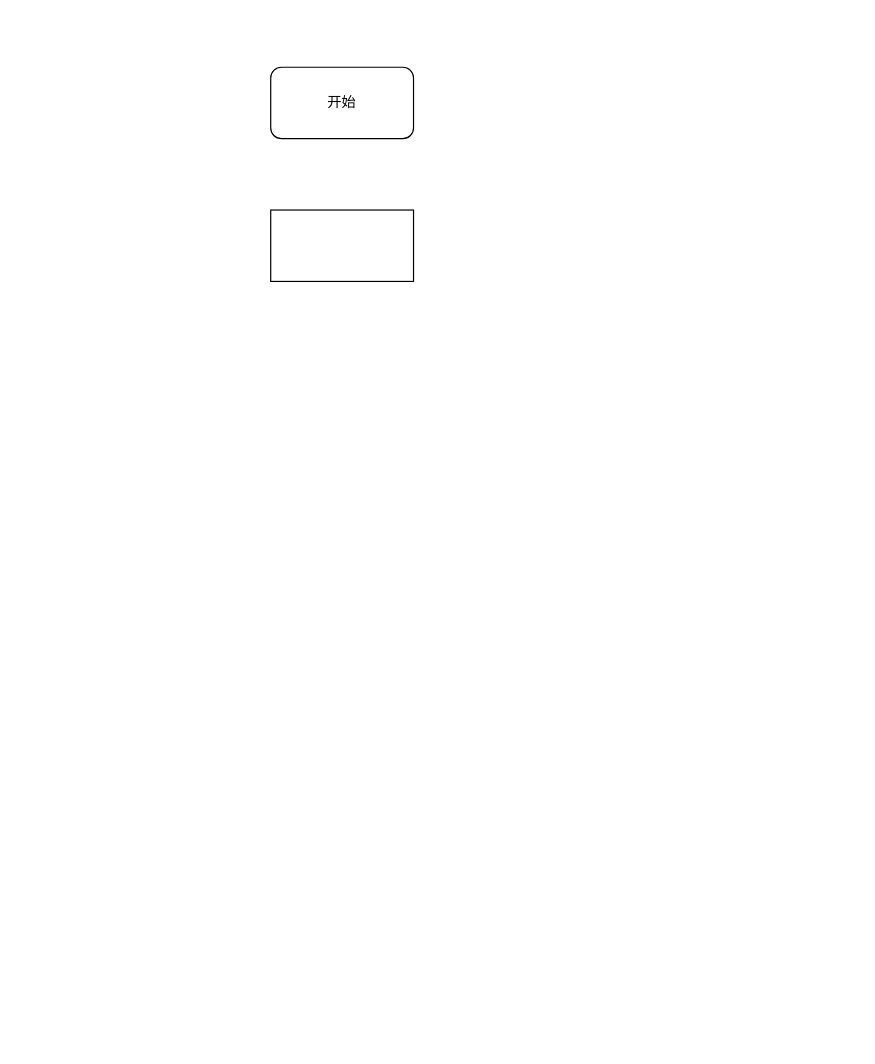
Earlier version of the draw.io diagram page "获取控制权" (1 of 3) of docs/03.成长/流程图.drawio (vicodea/known-doc). Source tidied: cells renumbered, new cells numbered last; positions are measured from the earlier drawing's top-left corner, leaving out a move shared by most shapes. Both pictures are drawn from the tidied source at 119%, with x=0, y=0 at pixel (270, 67).
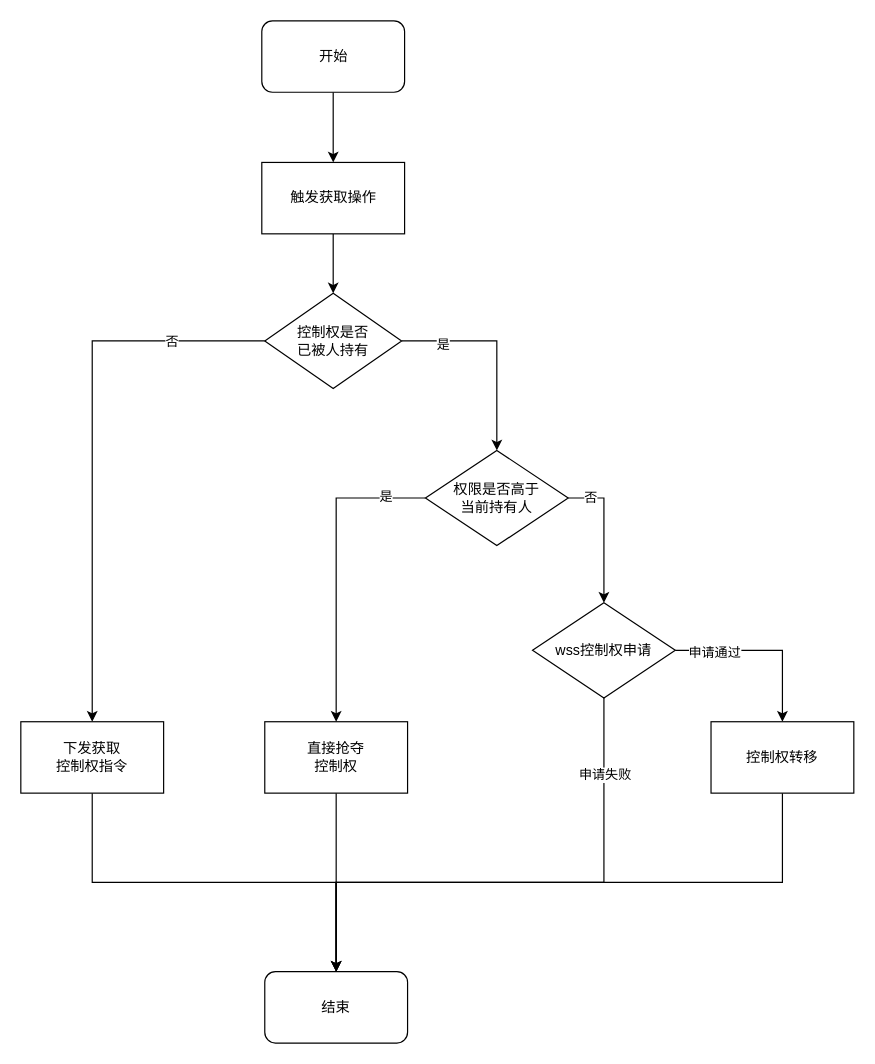
Above is the later version.

Commit message (it also covers changes not shown here):
更新流程图.drawio

What changed in the source:
```diff
@@
+    <mxCell id="4" style="edgeStyle=orthogonalEdgeStyle;rounded=0;jettySize=auto;html=1;exitX=0.5;exitY=1;exitDx=0;exitDy=0;entryX=0.5;entryY=0;entryDx=0;entryDy=0;" parent="1" edge="1" source="2" target="10">
+      <mxGeometry relative="1" as="geometry" />
+    </mxCell>
-    <mxCell id="2" style="rounded=0;whiteSpace=wrap;html=1;" parent="1" vertex="1">
-      <mxGeometry y="120" width="120" height="60" as="geometry" />
+    <mxCell id="2" value="触发获取操作" style="rounded=0;whiteSpace=wrap;html=1;" parent="1" vertex="1">
+      <mxGeometry x="-7.5" y="80" width="120" height="60" as="geometry" />
     </mxCell>
+    <mxCell id="5" style="edgeStyle=orthogonalEdgeStyle;rounded=0;jettySize=auto;html=1;exitX=0.5;exitY=1;exitDx=0;exitDy=0;entryX=0.5;entryY=0;entryDx=0;entryDy=0;" parent="1" edge="1" source="3" target="2">
+      <mxGeometry relative="1" as="geometry" />
+    </mxCell>
     <mxCell id="3" value="开始" style="rounded=1;whiteSpace=wrap;html=1;" parent="1" vertex="1">
-      <mxGeometry width="120" height="60" as="geometry" />
+      <mxGeometry x="-7.5" y="-39" width="120" height="60" as="geometry" />
     </mxCell>
+    <mxCell id="6" style="edgeStyle=orthogonalEdgeStyle;rounded=0;jettySize=auto;html=1;exitX=1;exitY=0.5;exitDx=0;exitDy=0;entryX=0.5;entryY=0;entryDx=0;entryDy=0;" parent="1" edge="1" source="10" target="17">
+      <mxGeometry relative="1" as="geometry" />
+    </mxCell>
+    <mxCell id="7" value="是" style="edgeLabel;html=1;align=center;verticalAlign=middle;" parent="6" vertex="1">
+      <mxGeometry x="-0.59" y="-2" relative="1" as="geometry">
+        <mxPoint x="-1" as="offset" />
+      </mxGeometry>
+    </mxCell>
+    <mxCell id="8" style="edgeStyle=orthogonalEdgeStyle;rounded=0;jettySize=auto;html=1;exitX=0;exitY=0.5;exitDx=0;exitDy=0;" parent="1" edge="1" source="10" target="27">
+      <mxGeometry relative="1" as="geometry" />
+    </mxCell>
+    <mxCell id="9" value="否" style="edgeLabel;html=1;align=center;verticalAlign=middle;" parent="8" vertex="1">
+      <mxGeometry x="-0.66" relative="1" as="geometry" />
+    </mxCell>
+    <mxCell id="10" value="控制权是否&lt;div&gt;已被人持有&lt;/div&gt;" style="rhombus;whiteSpace=wrap;html=1;" parent="1" vertex="1">
+      <mxGeometry x="-5" y="190" width="115" height="80" as="geometry" />
+    </mxCell>
+    <mxCell id="11" style="edgeStyle=orthogonalEdgeStyle;rounded=0;jettySize=auto;html=1;exitX=0.5;exitY=1;exitDx=0;exitDy=0;entryX=0.5;entryY=0;entryDx=0;entryDy=0;" parent="1" edge="1" source="12" target="25">
+      <mxGeometry relative="1" as="geometry" />
+    </mxCell>
+    <mxCell id="12" value="直接抢夺&lt;div&gt;控制权&lt;/div&gt;" style="rounded=0;whiteSpace=wrap;html=1;" parent="1" vertex="1">
+      <mxGeometry x="-5" y="550" width="120" height="60" as="geometry" />
+    </mxCell>
+    <mxCell id="13" style="edgeStyle=orthogonalEdgeStyle;rounded=0;jettySize=auto;html=1;exitX=0;exitY=0.5;exitDx=0;exitDy=0;entryX=0.5;entryY=0;entryDx=0;entryDy=0;" parent="1" edge="1" source="17" target="12">
+      <mxGeometry relative="1" as="geometry" />
+    </mxCell>
+    <mxCell id="14" value="是" style="edgeLabel;html=1;align=center;verticalAlign=middle;" parent="13" vertex="1">
+      <mxGeometry x="-0.74" y="-2" relative="1" as="geometry" />
+    </mxCell>
+    <mxCell id="15" style="edgeStyle=orthogonalEdgeStyle;rounded=0;jettySize=auto;html=1;exitX=1;exitY=0.5;exitDx=0;exitDy=0;entryX=0.5;entryY=0;entryDx=0;entryDy=0;" parent="1" edge="1" source="17" target="22">
+      <mxGeometry relative="1" as="geometry" />
+    </mxCell>
+    <mxCell id="16" value="否" style="edgeLabel;html=1;align=center;verticalAlign=middle;" parent="15" vertex="1">
+      <mxGeometry x="-0.69" y="1" relative="1" as="geometry" />
+    </mxCell>
+    <mxCell id="17" value="权限是否高于&lt;div&gt;当前持有人&lt;/div&gt;" style="rhombus;whiteSpace=wrap;html=1;" parent="1" vertex="1">
+      <mxGeometry x="130" y="322" width="120" height="80" as="geometry" />
+    </mxCell>
+    <mxCell id="18" style="edgeStyle=orthogonalEdgeStyle;rounded=0;jettySize=auto;html=1;exitX=1;exitY=0.5;exitDx=0;exitDy=0;entryX=0.5;entryY=0;entryDx=0;entryDy=0;" parent="1" edge="1" source="22" target="24">
+      <mxGeometry relative="1" as="geometry" />
+    </mxCell>
+    <mxCell id="19" value="申请通过" style="edgeLabel;html=1;align=center;verticalAlign=middle;" parent="18" vertex="1">
+      <mxGeometry x="-0.57" y="-1" relative="1" as="geometry" />
+    </mxCell>
+    <mxCell id="20" style="edgeStyle=orthogonalEdgeStyle;rounded=0;jettySize=auto;html=1;exitX=0.5;exitY=1;exitDx=0;exitDy=0;entryX=0.5;entryY=0;entryDx=0;entryDy=0;" parent="1" edge="1" source="22" target="25">
+      <mxGeometry relative="1" as="geometry">
+        <Array as="points">
+          <mxPoint x="280" y="685" />
+          <mxPoint x="55" y="685" />
+          <mxPoint x="55" y="800" />
+        </Array>
+      </mxGeometry>
+    </mxCell>
+    <mxCell id="21" value="申请失败" style="edgeLabel;html=1;align=center;verticalAlign=middle;" parent="20" vertex="1">
+      <mxGeometry x="-0.76" relative="1" as="geometry" />
+    </mxCell>
+    <mxCell id="22" value="wss控制权申请" style="rhombus;whiteSpace=wrap;html=1;" parent="1" vertex="1">
+      <mxGeometry x="220" y="450" width="120" height="80" as="geometry" />
+    </mxCell>
+    <mxCell id="23" style="edgeStyle=orthogonalEdgeStyle;rounded=0;jettySize=auto;html=1;exitX=0.5;exitY=1;exitDx=0;exitDy=0;entryX=0.5;entryY=0;entryDx=0;entryDy=0;" parent="1" edge="1" source="24" target="25">
+      <mxGeometry relative="1" as="geometry" />
+    </mxCell>
+    <mxCell id="24" value="控制权转移" style="rounded=0;whiteSpace=wrap;html=1;" parent="1" vertex="1">
+      <mxGeometry x="370" y="550" width="120" height="60" as="geometry" />
+    </mxCell>
+    <mxCell id="25" value="结束" style="rounded=1;whiteSpace=wrap;html=1;" parent="1" vertex="1">
+      <mxGeometry x="-5" y="760" width="120" height="60" as="geometry" />
+    </mxCell>
+    <mxCell id="26" style="edgeStyle=orthogonalEdgeStyle;rounded=0;jettySize=auto;html=1;exitX=0.5;exitY=1;exitDx=0;exitDy=0;entryX=0.5;entryY=0;entryDx=0;entryDy=0;" parent="1" edge="1" source="27" target="25">
+      <mxGeometry relative="1" as="geometry" />
+    </mxCell>
+    <mxCell id="27" value="下发获取&lt;div&gt;控制权指令&lt;/div&gt;" style="rounded=0;whiteSpace=wrap;html=1;" parent="1" vertex="1">
+      <mxGeometry x="-210" y="550" width="120" height="60" as="geometry" />
+    </mxCell>
```
